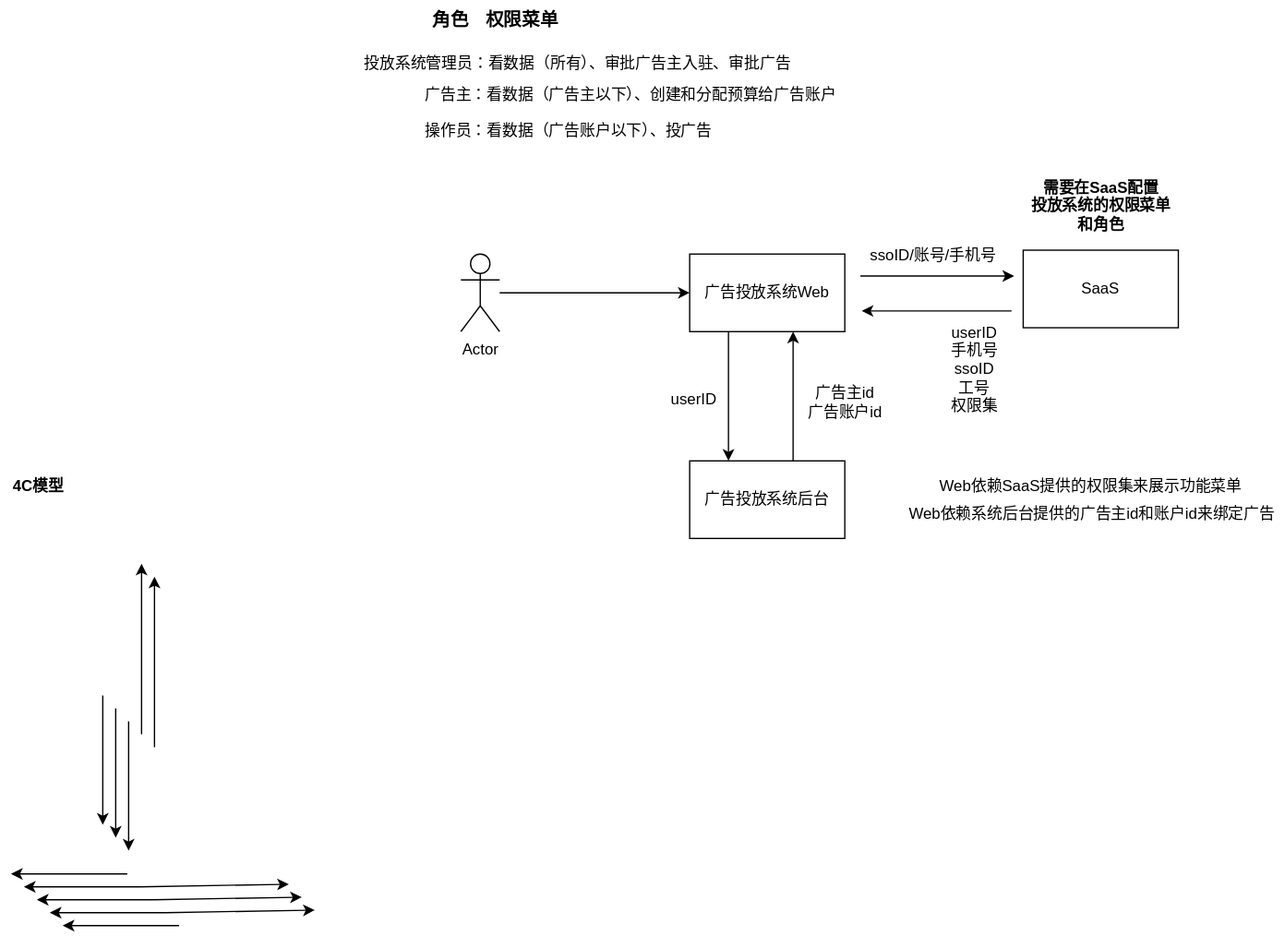
This is 广告主账户体系.svg from WorryFreeCafe/diagram, a draw.io export, as it was before one commit. Source tidied: cells renumbered, new cells last; positions are measured from the earlier drawing's top-left corner, leaving out a move shared by most shapes.
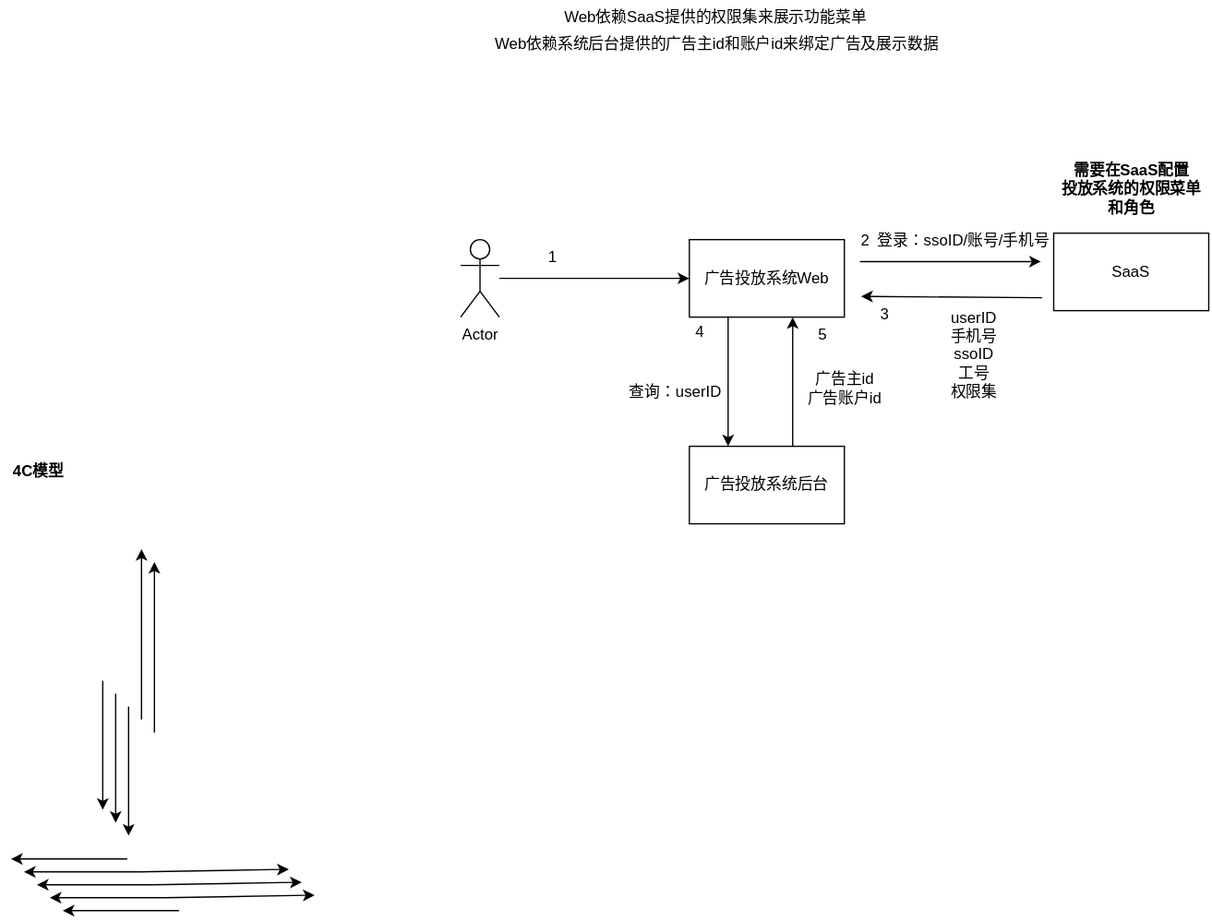
After the change.

Commit message:
更新广告主账户体系.svg

The edit, as a diff of the source:
```diff
@@ -15,12 +15,11 @@
       <mxGeometry x="533" y="196" width="120" height="60" as="geometry" />
     </mxCell>
     <mxCell id="6" value="SaaS" style="rounded=0;whiteSpace=wrap;html=1;" parent="1" vertex="1">
-      <mxGeometry x="791" y="193" width="120" height="60" as="geometry" />
+      <mxGeometry x="815" y="191" width="120" height="60" as="geometry" />
     </mxCell>
-    <mxCell id="7" style="endArrow=classic;html=1;rounded=0;" parent="1" edge="1">
+    <mxCell id="7" style="endArrow=classic;html=1;rounded=0;entryX=-0.083;entryY=0.367;entryDx=0;entryDy=0;entryPerimeter=0;" parent="1" edge="1" target="6">
       <mxGeometry relative="1" as="geometry">
         <mxPoint x="665" y="213" as="sourcePoint" />
-        <mxPoint x="784" y="213" as="targetPoint" />
       </mxGeometry>
     </mxCell>
     <mxCell id="8" style="endArrow=classic;html=1;rounded=0;" parent="1" edge="1">
@@ -76,14 +75,13 @@
         <mxPoint x="48" y="715.5" as="targetPoint" />
       </mxGeometry>
     </mxCell>
-    <mxCell id="17" style="endArrow=classic;html=1;rounded=0;" parent="1" edge="1">
+    <mxCell id="17" style="endArrow=classic;html=1;rounded=0;exitX=-0.075;exitY=0.833;exitDx=0;exitDy=0;exitPerimeter=0;" parent="1" edge="1" source="6">
       <mxGeometry relative="1" as="geometry">
-        <mxPoint x="782" y="240" as="sourcePoint" />
         <mxPoint x="666" y="240" as="targetPoint" />
       </mxGeometry>
     </mxCell>
-    <mxCell id="18" value="ssoID/账号/手机号" style="text;html=1;align=center;verticalAlign=middle;strokeColor=none;fillColor=none;" parent="1" vertex="1">
-      <mxGeometry x="663.5" y="184" width="115" height="26" as="geometry" />
+    <mxCell id="18" value="登录：ssoID/账号/手机号" style="text;html=1;align=center;verticalAlign=middle;strokeColor=none;fillColor=none;" parent="1" vertex="1">
+      <mxGeometry x="669" y="184" width="151" height="26" as="geometry" />
     </mxCell>
     <mxCell id="19" value="userID&lt;br&gt;手机号&lt;br&gt;ssoID&lt;br&gt;工号&lt;br&gt;权限集" style="text;html=1;align=center;verticalAlign=middle;strokeColor=none;fillColor=none;" parent="1" vertex="1">
       <mxGeometry x="726" y="243" width="54" height="84" as="geometry" />
@@ -92,7 +90,7 @@
       <mxGeometry x="533" y="356" width="120" height="60" as="geometry" />
     </mxCell>
     <mxCell id="21" value="&lt;b&gt;需要在SaaS&lt;/b&gt;&lt;b style=&quot;border-color: var(--border-color);&quot;&gt;配置&lt;/b&gt;&lt;b&gt;&lt;br&gt;&lt;/b&gt;&lt;b style=&quot;border-color: var(--border-color);&quot;&gt;投放系统的权限菜单&lt;br&gt;和角色&lt;br&gt;&lt;/b&gt;" style="text;html=1;align=center;verticalAlign=middle;strokeColor=none;fillColor=none;" parent="1" vertex="1">
-      <mxGeometry x="788" y="131" width="126" height="55" as="geometry" />
+      <mxGeometry x="812" y="129" width="126" height="55" as="geometry" />
     </mxCell>
     <mxCell id="22" style="endArrow=classic;html=1;rounded=0;entryX=0.25;entryY=0;entryDx=0;entryDy=0;" parent="1" edge="1">
       <mxGeometry relative="1" as="geometry">
@@ -133,29 +131,29 @@
     <mxCell id="28" value="广告主id&lt;br&gt;广告账户id" style="text;html=1;align=center;verticalAlign=middle;strokeColor=none;fillColor=none;" parent="1" vertex="1">
       <mxGeometry x="615.5" y="290" width="75" height="41" as="geometry" />
     </mxCell>
-    <mxCell id="29" value="广告主：看数据（广告主以下）、创建和分配预算给广告账户" style="text;html=1;align=center;verticalAlign=middle;strokeColor=none;fillColor=none;" parent="1" vertex="1">
-      <mxGeometry x="316" y="60" width="342" height="26" as="geometry" />
-    </mxCell>
-    <mxCell id="30" value="userID" style="text;html=1;align=center;verticalAlign=middle;strokeColor=none;fillColor=none;" parent="1" vertex="1">
-      <mxGeometry x="509" y="296" width="53" height="26" as="geometry" />
+    <mxCell id="30" value="查询：userID" style="text;html=1;align=center;verticalAlign=middle;strokeColor=none;fillColor=none;" parent="1" vertex="1">
+      <mxGeometry x="477" y="301" width="89" height="26" as="geometry" />
     </mxCell>
-    <mxCell id="31" value="操作员：看数据（广告账户以下）、投广告" style="text;html=1;align=center;verticalAlign=middle;strokeColor=none;fillColor=none;" parent="1" vertex="1">
-      <mxGeometry x="316" y="88" width="246" height="26" as="geometry" />
-    </mxCell>
-    <mxCell id="32" value="投放系统管理员：看数据（所有）、审批广告主入驻、审批广告" style="text;html=1;align=center;verticalAlign=middle;strokeColor=none;fillColor=none;" parent="1" vertex="1">
-      <mxGeometry x="269" y="36" width="354" height="26" as="geometry" />
-    </mxCell>
-    <mxCell id="33" value="&lt;b&gt;&lt;font style=&quot;font-size: 14px;&quot;&gt;角色&lt;/font&gt;&lt;/b&gt;" style="text;html=1;align=center;verticalAlign=middle;strokeColor=none;fillColor=none;" parent="1" vertex="1">
-      <mxGeometry x="325" width="46" height="29" as="geometry" />
-    </mxCell>
-    <mxCell id="34" value="&lt;b&gt;&lt;font style=&quot;font-size: 14px;&quot;&gt;权限菜单&lt;/font&gt;&lt;/b&gt;" style="text;html=1;align=center;verticalAlign=middle;strokeColor=none;fillColor=none;" parent="1" vertex="1">
-      <mxGeometry x="366" width="74" height="29" as="geometry" />
-    </mxCell>
     <mxCell id="35" value="Web依赖SaaS提供的权限集来展示功能菜单" style="text;html=1;align=center;verticalAlign=middle;strokeColor=none;fillColor=none;" parent="1" vertex="1">
-      <mxGeometry x="717" y="362.5" width="252" height="26" as="geometry" />
+      <mxGeometry x="427" y="11" width="252" height="26" as="geometry" />
     </mxCell>
-    <mxCell id="36" value="Web依赖系统后台提供的广告主id和账户id来绑定广告" style="text;html=1;align=center;verticalAlign=middle;strokeColor=none;fillColor=none;" parent="1" vertex="1">
-      <mxGeometry x="693" y="383.5" width="301" height="26" as="geometry" />
+    <mxCell id="36" value="Web依赖系统后台提供的广告主id和账户id来绑定广告及展示数据" style="text;html=1;align=center;verticalAlign=middle;strokeColor=none;fillColor=none;" parent="1" vertex="1">
+      <mxGeometry x="373" y="32" width="361" height="26" as="geometry" />
     </mxCell>
+    <mxCell id="37" value="1" style="text;html=1;align=center;verticalAlign=middle;strokeColor=none;fillColor=none;" parent="1" vertex="1">
+      <mxGeometry x="414" y="197" width="25" height="26" as="geometry" />
+    </mxCell>
+    <mxCell id="38" value="2" style="text;html=1;align=center;verticalAlign=middle;strokeColor=none;fillColor=none;" parent="1" vertex="1">
+      <mxGeometry x="656" y="184" width="25" height="26" as="geometry" />
+    </mxCell>
+    <mxCell id="39" value="3" style="text;html=1;align=center;verticalAlign=middle;strokeColor=none;fillColor=none;" parent="1" vertex="1">
+      <mxGeometry x="671" y="241" width="25" height="26" as="geometry" />
+    </mxCell>
+    <mxCell id="40" value="4" style="text;html=1;align=center;verticalAlign=middle;strokeColor=none;fillColor=none;" parent="1" vertex="1">
+      <mxGeometry x="528" y="255" width="25" height="26" as="geometry" />
+    </mxCell>
+    <mxCell id="41" value="5" style="text;html=1;align=center;verticalAlign=middle;strokeColor=none;fillColor=none;" parent="1" vertex="1">
+      <mxGeometry x="623" y="257" width="25" height="26" as="geometry" />
+    </mxCell>
   </root>
 </mxGraphModel>
```
